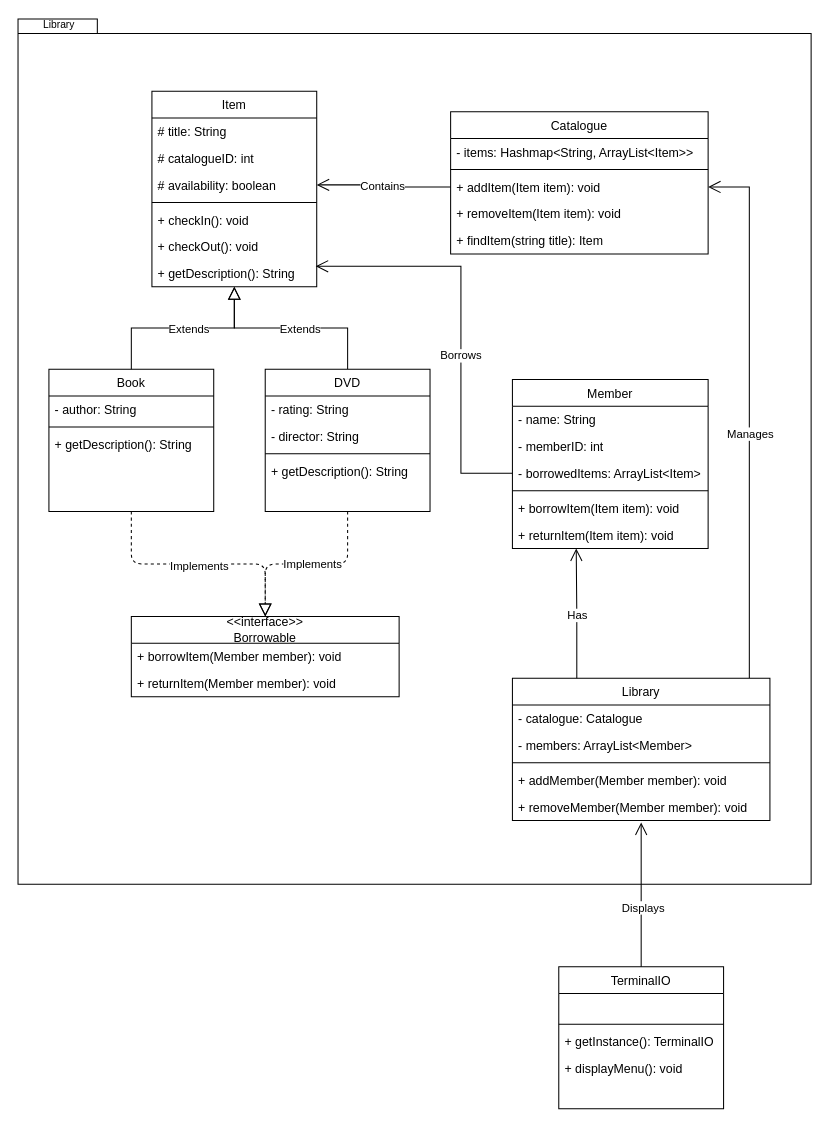
This is Documentation/class_diagram.drawio from josiahschuller/integradev-task, a draw.io file, before an edit. Source tidied: cells renumbered, new cells numbered last; positions are measured from the earlier drawing's top-left corner, leaving out a move shared by most shapes. Both pictures are drawn from the tidied source at 103%, with x=0, y=0 at pixel (18, 19).
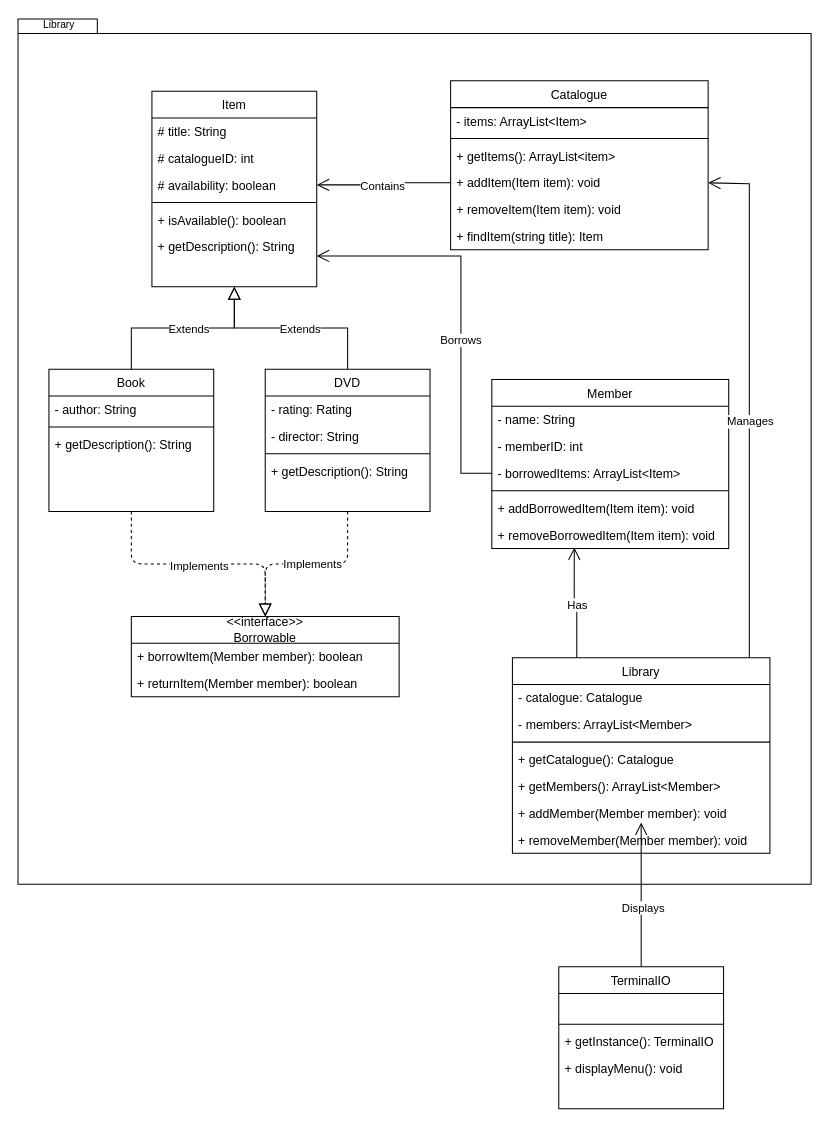
The same diagram, later.

Commit message (it also covers changes not shown here):
Created Item, Member, Book, DVD, Rating and Borrowable classes * Updated the class diagram

The change refers to these unchanged cells:
```xml
<mxCell id="3" value="Item" style="swimlane;fontStyle=0;align=center;verticalAlign=top;horizontal=1;startSize=26;rounded=0;shadow=0;strokeWidth=1;" parent="1" vertex="1">
  <mxGeometry x="130" y="70" width="160" height="190" as="geometry" />
</mxCell>
<mxCell id="21" value="DVD" style="swimlane;fontStyle=0;align=center;verticalAlign=top;horizontal=1;startSize=26;rounded=0;shadow=0;strokeWidth=1;" parent="1" vertex="1">
  <mxGeometry x="240" y="340" width="160" height="138" as="geometry" />
</mxCell>
<mxCell id="26" value="&amp;lt;&amp;lt;interface&amp;gt;&amp;gt;&lt;div&gt;Borrowable&lt;/div&gt;" style="swimlane;fontStyle=0;horizontal=1;startSize=26;fillColor=none;whiteSpace=wrap;html=1;" parent="1" vertex="1">
  <mxGeometry x="110" y="580" width="260" height="78" as="geometry" />
</mxCell>
```

Diff of the diagram source:
```diff
@@
-    <mxCell id="8" value="+ checkIn(): void" style="text;align=left;verticalAlign=top;spacingLeft=4;spacingRight=4;overflow=hidden;" parent="3" vertex="1">
-      <mxGeometry y="112" width="160" height="26" as="geometry" />
-    </mxCell>
-    <mxCell id="9" value="+ checkOut(): void" style="text;align=left;verticalAlign=top;spacingLeft=4;spacingRight=4;overflow=hidden;" parent="3" vertex="1">
-      <mxGeometry y="138" width="160" height="26" as="geometry" />
-    </mxCell>
+    <mxCell id="66" value="+ isAvailable(): boolean" style="text;align=left;verticalAlign=top;spacingLeft=4;spacingRight=4;overflow=hidden;" parent="3" vertex="1">
+      <mxGeometry y="112" width="160" height="26" as="geometry" />
+    </mxCell>
     <mxCell id="10" value="+ getDescription(): String" style="text;align=left;verticalAlign=top;spacingLeft=4;spacingRight=4;overflow=hidden;points=[[0,0.5],[1,0.5]];portConstraint=eastwest;" parent="3" vertex="1">
-      <mxGeometry y="164" width="160" height="26" as="geometry" />
+      <mxGeometry y="138" width="160" height="26" as="geometry" />
     </mxCell>
@@
-    <mxCell id="22" value="- rating: String" style="text;align=left;verticalAlign=top;spacingLeft=4;spacingRight=4;overflow=hidden;" parent="21" vertex="1">
+    <mxCell id="22" value="- rating: Rating" style="text;align=left;verticalAlign=top;spacingLeft=4;spacingRight=4;overflow=hidden;" parent="21" vertex="1">
       <mxGeometry y="26" width="160" height="26" as="geometry" />
     </mxCell>
@@
-    <mxCell id="27" value="+ borrowItem(Member member): void" style="text;strokeColor=none;fillColor=none;align=left;verticalAlign=top;spacingLeft=4;spacingRight=4;overflow=hidden;whiteSpace=wrap;html=1;" parent="26" vertex="1">
+    <mxCell id="27" value="+ borrowItem(Member member): boolean" style="text;strokeColor=none;fillColor=none;align=left;verticalAlign=top;spacingLeft=4;spacingRight=4;overflow=hidden;whiteSpace=wrap;html=1;" parent="26" vertex="1">
       <mxGeometry y="26" width="260" height="26" as="geometry" />
     </mxCell>
-    <mxCell id="28" value="+ returnItem(Member member): void" style="text;strokeColor=none;fillColor=none;align=left;verticalAlign=top;spacingLeft=4;spacingRight=4;overflow=hidden;whiteSpace=wrap;html=1;" parent="26" vertex="1">
+    <mxCell id="28" value="+ returnItem(Member member): boolean" style="text;strokeColor=none;fillColor=none;align=left;verticalAlign=top;spacingLeft=4;spacingRight=4;overflow=hidden;whiteSpace=wrap;html=1;" parent="26" vertex="1">
       <mxGeometry y="52" width="260" height="26" as="geometry" />
     </mxCell>
@@
     <mxCell id="31" value="Catalogue" style="swimlane;fontStyle=0;align=center;verticalAlign=top;horizontal=1;startSize=26;rounded=0;shadow=0;strokeWidth=1;" parent="1" vertex="1">
-      <mxGeometry x="420" y="90" width="250" height="138" as="geometry" />
+      <mxGeometry x="420" y="60" width="250" height="164" as="geometry" />
     </mxCell>
-    <mxCell id="32" value="- items: Hashmap&lt;String, ArrayList&lt;Item&gt;&gt;" style="text;align=left;verticalAlign=top;spacingLeft=4;spacingRight=4;overflow=hidden;" parent="31" vertex="1">
+    <mxCell id="32" value="- items: ArrayList&lt;Item&gt;" style="text;align=left;verticalAlign=top;spacingLeft=4;spacingRight=4;overflow=hidden;" parent="31" vertex="1">
       <mxGeometry y="26" width="250" height="26" as="geometry" />
     </mxCell>
@@
+    <mxCell id="67" value="+ getItems(): ArrayList&lt;item&gt;" style="text;align=left;verticalAlign=top;spacingLeft=4;spacingRight=4;overflow=hidden;fontStyle=0;" parent="31" vertex="1">
+      <mxGeometry y="60" width="250" height="26" as="geometry" />
+    </mxCell>
     <mxCell id="34" value="+ addItem(Item item): void" style="text;align=left;verticalAlign=top;spacingLeft=4;spacingRight=4;overflow=hidden;points=[[0,0.5],[1,0.5]];portConstraint=eastwest;fontStyle=0;" parent="31" vertex="1">
-      <mxGeometry y="60" width="250" height="26" as="geometry" />
+      <mxGeometry y="86" width="250" height="26" as="geometry" />
     </mxCell>
     <mxCell id="35" value="+ removeItem(Item item): void" style="text;align=left;verticalAlign=top;spacingLeft=4;spacingRight=4;overflow=hidden;fontStyle=0;" parent="31" vertex="1">
-      <mxGeometry y="86" width="250" height="26" as="geometry" />
+      <mxGeometry y="112" width="250" height="26" as="geometry" />
     </mxCell>
     <mxCell id="36" value="+ findItem(string title): Item" style="text;align=left;verticalAlign=top;spacingLeft=4;spacingRight=4;overflow=hidden;fontStyle=0;" parent="31" vertex="1">
-      <mxGeometry y="112" width="250" height="26" as="geometry" />
+      <mxGeometry y="138" width="250" height="26" as="geometry" />
     </mxCell>
@@
     <mxCell id="39" value="Member" style="swimlane;fontStyle=0;align=center;verticalAlign=top;horizontal=1;startSize=26;rounded=0;shadow=0;strokeWidth=1;" parent="1" vertex="1">
-      <mxGeometry x="480" y="350" width="190" height="164" as="geometry" />
+      <mxGeometry x="460" y="350" width="230" height="164" as="geometry" />
     </mxCell>
     <mxCell id="40" value="- name: String" style="text;align=left;verticalAlign=top;spacingLeft=4;spacingRight=4;overflow=hidden;" parent="39" vertex="1">
-      <mxGeometry y="26" width="190" height="26" as="geometry" />
+      <mxGeometry y="26" width="230" height="26" as="geometry" />
     </mxCell>
     <mxCell id="41" value="- memberID: int" style="text;align=left;verticalAlign=top;spacingLeft=4;spacingRight=4;overflow=hidden;" parent="39" vertex="1">
-      <mxGeometry y="52" width="190" height="26" as="geometry" />
+      <mxGeometry y="52" width="230" height="26" as="geometry" />
     </mxCell>
     <mxCell id="42" value="- borrowedItems: ArrayList&lt;Item&gt;" style="text;align=left;verticalAlign=top;spacingLeft=4;spacingRight=4;overflow=hidden;points=[[0,0.5],[1,0.5]];portConstraint=eastwest;" parent="39" vertex="1">
-      <mxGeometry y="78" width="190" height="26" as="geometry" />
+      <mxGeometry y="78" width="230" height="26" as="geometry" />
     </mxCell>
     <mxCell id="43" style="line;html=1;strokeWidth=1;align=left;verticalAlign=middle;spacingTop=-1;spacingLeft=3;spacingRight=3;labelPosition=right;" parent="39" vertex="1">
-      <mxGeometry y="104" width="190" height="8" as="geometry" />
+      <mxGeometry y="104" width="230" height="8" as="geometry" />
     </mxCell>
-    <mxCell id="44" value="+ borrowItem(Item item): void" style="text;align=left;verticalAlign=top;spacingLeft=4;spacingRight=4;overflow=hidden;fontStyle=0;" parent="39" vertex="1">
-      <mxGeometry y="112" width="190" height="26" as="geometry" />
+    <mxCell id="44" value="+ addBorrowedItem(Item item): void" style="text;align=left;verticalAlign=top;spacingLeft=4;spacingRight=4;overflow=hidden;fontStyle=0;" parent="39" vertex="1">
+      <mxGeometry y="112" width="230" height="26" as="geometry" />
     </mxCell>
-    <mxCell id="45" value="+ returnItem(Item item): void" style="text;align=left;verticalAlign=top;spacingLeft=4;spacingRight=4;overflow=hidden;points=[[0,0.5],[1,0.5]];portConstraint=eastwest;fontStyle=0;" parent="39" vertex="1">
-      <mxGeometry y="138" width="190" height="26" as="geometry" />
+    <mxCell id="45" value="+ removeBorrowedItem(Item item): void" style="text;align=left;verticalAlign=top;spacingLeft=4;spacingRight=4;overflow=hidden;points=[[0,0.5],[1,0.5]];portConstraint=eastwest;fontStyle=0;" parent="39" vertex="1">
+      <mxGeometry y="138" width="230" height="26" as="geometry" />
     </mxCell>
-    <mxCell id="46" style="edgeStyle=orthogonalEdgeStyle;rounded=0;jettySize=auto;html=1;entryX=0.994;entryY=0.231;entryDx=0;entryDy=0;entryPerimeter=0;endArrow=open;endFill=0;endSize=10;" parent="1" edge="1" source="42" target="10">
+    <mxCell id="46" style="edgeStyle=orthogonalEdgeStyle;rounded=0;jettySize=auto;html=1;endArrow=open;endFill=0;endSize=10;" parent="1" edge="1" source="42">
       <mxGeometry relative="1" as="geometry">
+        <mxPoint x="290" y="230" as="targetPoint" />
         <Array as="points">
           <mxPoint x="430" y="441" />
-          <mxPoint x="430" y="240" />
+          <mxPoint x="430" y="230" />
+          <mxPoint x="289" y="230" />
         </Array>
       </mxGeometry>
     </mxCell>
@@
     <mxCell id="48" style="edgeStyle=orthogonalEdgeStyle;rounded=0;jettySize=auto;html=1;entryX=1;entryY=0.5;entryDx=0;entryDy=0;endSize=10;endArrow=open;endFill=0;" parent="1" edge="1" source="50" target="34">
       <mxGeometry relative="1" as="geometry">
         <Array as="points">
-          <mxPoint x="710" y="163" />
+          <mxPoint x="710" y="160" />
         </Array>
       </mxGeometry>
     </mxCell>
@@
     <mxCell id="50" value="Library" style="swimlane;fontStyle=0;align=center;verticalAlign=top;horizontal=1;startSize=26;rounded=0;shadow=0;strokeWidth=1;" parent="1" vertex="1">
-      <mxGeometry x="480" y="640" width="250" height="138" as="geometry" />
+      <mxGeometry x="480" y="620" width="250" height="190" as="geometry" />
     </mxCell>
@@
+    <mxCell id="68" value="+ getCatalogue(): Catalogue" style="text;align=left;verticalAlign=top;spacingLeft=4;spacingRight=4;overflow=hidden;fontStyle=0;" parent="50" vertex="1">
+      <mxGeometry y="86" width="250" height="26" as="geometry" />
+    </mxCell>
+    <mxCell id="69" value="+ getMembers(): ArrayList&lt;Member&gt;" style="text;align=left;verticalAlign=top;spacingLeft=4;spacingRight=4;overflow=hidden;fontStyle=0;" parent="50" vertex="1">
+      <mxGeometry y="112" width="250" height="26" as="geometry" />
+    </mxCell>
     <mxCell id="54" value="+ addMember(Member member): void" style="text;align=left;verticalAlign=top;spacingLeft=4;spacingRight=4;overflow=hidden;fontStyle=0;" parent="50" vertex="1">
-      <mxGeometry y="86" width="250" height="26" as="geometry" />
+      <mxGeometry y="138" width="250" height="26" as="geometry" />
     </mxCell>
     <mxCell id="55" value="+ removeMember(Member member): void" style="text;align=left;verticalAlign=top;spacingLeft=4;spacingRight=4;overflow=hidden;fontStyle=0;" parent="50" vertex="1">
-      <mxGeometry y="112" width="250" height="26" as="geometry" />
+      <mxGeometry y="164" width="250" height="26" as="geometry" />
     </mxCell>
-    <mxCell id="56" style="edgeStyle=orthogonalEdgeStyle;rounded=0;jettySize=auto;html=1;exitX=0.25;exitY=0;exitDx=0;exitDy=0;entryX=0.326;entryY=1;entryDx=0;entryDy=0;entryPerimeter=0;endArrow=open;endFill=0;endSize=10;" parent="1" edge="1" source="50" target="45">
+    <mxCell id="56" style="edgeStyle=orthogonalEdgeStyle;rounded=0;jettySize=auto;html=1;exitX=0.25;exitY=0;exitDx=0;exitDy=0;entryX=0.348;entryY=0.962;entryDx=0;entryDy=0;entryPerimeter=0;endArrow=open;endFill=0;endSize=10;" parent="1" edge="1" source="50" target="45">
       <mxGeometry relative="1" as="geometry" />
     </mxCell>
```
